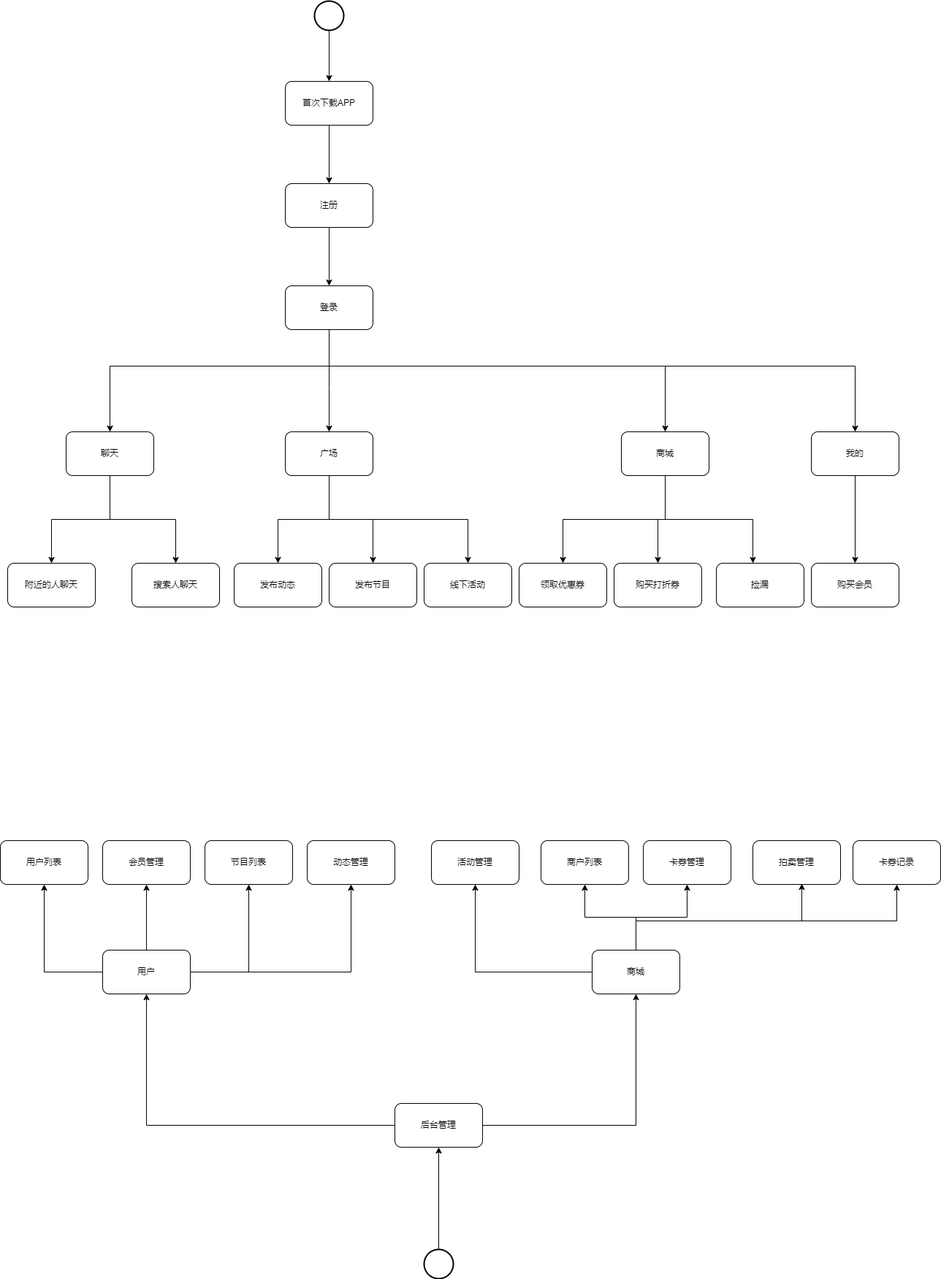
The draw.io diagram Untitled Diagram.drawio.png in suibianlx/business_architect, before a commit. Source tidied: cells renumbered, new cells last; positions are measured from the earlier drawing's top-left corner, leaving out a move shared by most shapes. The source it was exported from:
```xml
<mxGraphModel>
  <root>
    <mxCell id="0" />
    <mxCell id="1" parent="0" />
    <mxCell id="2" style="edgeStyle=orthogonalEdgeStyle;rounded=0;jettySize=auto;html=1;" parent="1" edge="1" source="3" target="5">
      <mxGeometry relative="1" as="geometry" />
    </mxCell>
    <mxCell id="3" style="strokeWidth=2;html=1;shape=mxgraph.flowchart.start_2;whiteSpace=wrap;" parent="1" vertex="1">
      <mxGeometry x="430" width="40" height="40" as="geometry" />
    </mxCell>
    <mxCell id="4" style="edgeStyle=orthogonalEdgeStyle;rounded=0;jettySize=auto;html=1;" parent="1" edge="1" source="5" target="7">
      <mxGeometry relative="1" as="geometry" />
    </mxCell>
    <mxCell id="5" value="首次下载APP" style="rounded=1;whiteSpace=wrap;html=1;" parent="1" vertex="1">
      <mxGeometry x="390" y="110" width="120" height="60" as="geometry" />
    </mxCell>
    <mxCell id="6" style="edgeStyle=orthogonalEdgeStyle;rounded=0;jettySize=auto;html=1;" parent="1" edge="1" source="7" target="12">
      <mxGeometry relative="1" as="geometry" />
    </mxCell>
    <mxCell id="7" value="注册" style="rounded=1;whiteSpace=wrap;html=1;" parent="1" vertex="1">
      <mxGeometry x="390" y="250" width="120" height="60" as="geometry" />
    </mxCell>
    <mxCell id="8" style="edgeStyle=orthogonalEdgeStyle;rounded=0;jettySize=auto;html=1;" parent="1" edge="1" source="12" target="18">
      <mxGeometry relative="1" as="geometry">
        <Array as="points">
          <mxPoint x="450" y="530" />
          <mxPoint x="450" y="530" />
        </Array>
      </mxGeometry>
    </mxCell>
    <mxCell id="9" style="edgeStyle=orthogonalEdgeStyle;rounded=0;jettySize=auto;html=1;" parent="1" edge="1" source="12" target="22">
      <mxGeometry relative="1" as="geometry">
        <Array as="points">
          <mxPoint x="450" y="500" />
          <mxPoint x="910" y="500" />
        </Array>
      </mxGeometry>
    </mxCell>
    <mxCell id="10" style="edgeStyle=orthogonalEdgeStyle;rounded=0;jettySize=auto;html=1;" parent="1" edge="1" source="12" target="27">
      <mxGeometry relative="1" as="geometry">
        <Array as="points">
          <mxPoint x="450" y="500" />
          <mxPoint x="150" y="500" />
        </Array>
      </mxGeometry>
    </mxCell>
    <mxCell id="11" style="edgeStyle=orthogonalEdgeStyle;rounded=0;jettySize=auto;html=1;entryX=0.5;entryY=0;entryDx=0;entryDy=0;" parent="1" edge="1" source="12" target="32">
      <mxGeometry relative="1" as="geometry">
        <Array as="points">
          <mxPoint x="450" y="500" />
          <mxPoint x="1170" y="500" />
        </Array>
      </mxGeometry>
    </mxCell>
    <mxCell id="12" value="登录" style="whiteSpace=wrap;html=1;rounded=1;" parent="1" vertex="1">
      <mxGeometry x="390" y="390" width="120" height="60" as="geometry" />
    </mxCell>
    <mxCell id="13" value="附近的人聊天" style="whiteSpace=wrap;html=1;rounded=1;" parent="1" vertex="1">
      <mxGeometry x="10" y="770" width="120" height="60" as="geometry" />
    </mxCell>
    <mxCell id="14" value="搜索人聊天" style="whiteSpace=wrap;html=1;rounded=1;" parent="1" vertex="1">
      <mxGeometry x="180" y="770" width="120" height="60" as="geometry" />
    </mxCell>
    <mxCell id="15" style="edgeStyle=orthogonalEdgeStyle;rounded=0;jettySize=auto;html=1;" parent="1" edge="1" source="18" target="28">
      <mxGeometry relative="1" as="geometry" />
    </mxCell>
    <mxCell id="16" style="edgeStyle=orthogonalEdgeStyle;rounded=0;jettySize=auto;html=1;entryX=0.5;entryY=0;entryDx=0;entryDy=0;" parent="1" edge="1" source="18" target="29">
      <mxGeometry relative="1" as="geometry" />
    </mxCell>
    <mxCell id="17" style="edgeStyle=orthogonalEdgeStyle;rounded=0;jettySize=auto;html=1;entryX=0.5;entryY=0;entryDx=0;entryDy=0;" parent="1" edge="1" source="18" target="56">
      <mxGeometry relative="1" as="geometry">
        <Array as="points">
          <mxPoint x="450" y="710" />
          <mxPoint x="640" y="710" />
        </Array>
      </mxGeometry>
    </mxCell>
    <mxCell id="18" value="广场" style="rounded=1;whiteSpace=wrap;html=1;" parent="1" vertex="1">
      <mxGeometry x="390" y="590" width="120" height="60" as="geometry" />
    </mxCell>
    <mxCell id="19" style="edgeStyle=orthogonalEdgeStyle;rounded=0;jettySize=auto;html=1;" parent="1" edge="1" source="22" target="30">
      <mxGeometry relative="1" as="geometry">
        <Array as="points">
          <mxPoint x="910" y="710" />
          <mxPoint x="1030" y="710" />
        </Array>
      </mxGeometry>
    </mxCell>
    <mxCell id="20" style="edgeStyle=orthogonalEdgeStyle;rounded=0;jettySize=auto;html=1;" parent="1" edge="1" source="22" target="24">
      <mxGeometry relative="1" as="geometry" />
    </mxCell>
    <mxCell id="21" style="edgeStyle=orthogonalEdgeStyle;rounded=0;jettySize=auto;html=1;" parent="1" edge="1" source="22" target="23">
      <mxGeometry relative="1" as="geometry">
        <Array as="points">
          <mxPoint x="910" y="710" />
          <mxPoint x="770" y="710" />
        </Array>
      </mxGeometry>
    </mxCell>
    <mxCell id="22" value="商城" style="rounded=1;whiteSpace=wrap;html=1;" parent="1" vertex="1">
      <mxGeometry x="850" y="590" width="120" height="60" as="geometry" />
    </mxCell>
    <mxCell id="23" value="领取优惠券" style="rounded=1;whiteSpace=wrap;html=1;" parent="1" vertex="1">
      <mxGeometry x="710" y="770" width="120" height="60" as="geometry" />
    </mxCell>
    <mxCell id="24" value="购买打折券" style="rounded=1;whiteSpace=wrap;html=1;" parent="1" vertex="1">
      <mxGeometry x="840" y="770" width="120" height="60" as="geometry" />
    </mxCell>
    <mxCell id="25" style="edgeStyle=orthogonalEdgeStyle;rounded=0;jettySize=auto;html=1;entryX=0.5;entryY=0;entryDx=0;entryDy=0;" parent="1" edge="1" source="27" target="13">
      <mxGeometry relative="1" as="geometry" />
    </mxCell>
    <mxCell id="26" style="edgeStyle=orthogonalEdgeStyle;rounded=0;jettySize=auto;html=1;entryX=0.5;entryY=0;entryDx=0;entryDy=0;" parent="1" edge="1" source="27" target="14">
      <mxGeometry relative="1" as="geometry" />
    </mxCell>
    <mxCell id="27" value="聊天" style="rounded=1;whiteSpace=wrap;html=1;" parent="1" vertex="1">
      <mxGeometry x="90" y="590" width="120" height="60" as="geometry" />
    </mxCell>
    <mxCell id="28" value="发布动态" style="rounded=1;whiteSpace=wrap;html=1;" parent="1" vertex="1">
      <mxGeometry x="320" y="770" width="120" height="60" as="geometry" />
    </mxCell>
    <mxCell id="29" value="发布节目" style="rounded=1;whiteSpace=wrap;html=1;" parent="1" vertex="1">
      <mxGeometry x="450" y="770" width="120" height="60" as="geometry" />
    </mxCell>
    <mxCell id="30" value="捡漏" style="rounded=1;whiteSpace=wrap;html=1;" parent="1" vertex="1">
      <mxGeometry x="980" y="770" width="120" height="60" as="geometry" />
    </mxCell>
    <mxCell id="31" style="edgeStyle=orthogonalEdgeStyle;rounded=0;jettySize=auto;html=1;" parent="1" edge="1" source="32" target="33">
      <mxGeometry relative="1" as="geometry" />
    </mxCell>
    <mxCell id="32" value="我的" style="rounded=1;whiteSpace=wrap;html=1;" parent="1" vertex="1">
      <mxGeometry x="1110" y="590" width="120" height="60" as="geometry" />
    </mxCell>
    <mxCell id="33" value="购买会员" style="rounded=1;whiteSpace=wrap;html=1;" parent="1" vertex="1">
      <mxGeometry x="1110" y="770" width="120" height="60" as="geometry" />
    </mxCell>
    <mxCell id="34" style="edgeStyle=orthogonalEdgeStyle;rounded=0;jettySize=auto;html=1;entryX=0.5;entryY=1;entryDx=0;entryDy=0;" parent="1" edge="1" source="35" target="59">
      <mxGeometry relative="1" as="geometry" />
    </mxCell>
    <mxCell id="35" style="strokeWidth=2;html=1;shape=mxgraph.flowchart.start_2;whiteSpace=wrap;" parent="1" vertex="1">
      <mxGeometry x="580" y="1710" width="40" height="40" as="geometry" />
    </mxCell>
    <mxCell id="36" value="用户列表" style="rounded=1;whiteSpace=wrap;html=1;" parent="1" vertex="1">
      <mxGeometry y="1150" width="120" height="60" as="geometry" />
    </mxCell>
    <mxCell id="37" style="edgeStyle=orthogonalEdgeStyle;rounded=0;jettySize=auto;html=1;entryX=0.5;entryY=1;entryDx=0;entryDy=0;" parent="1" edge="1" source="41" target="36">
      <mxGeometry relative="1" as="geometry" />
    </mxCell>
    <mxCell id="38" style="edgeStyle=orthogonalEdgeStyle;rounded=0;jettySize=auto;html=1;entryX=0.5;entryY=1;entryDx=0;entryDy=0;" parent="1" edge="1" source="41" target="42">
      <mxGeometry relative="1" as="geometry" />
    </mxCell>
    <mxCell id="39" style="edgeStyle=orthogonalEdgeStyle;rounded=0;jettySize=auto;html=1;entryX=0.5;entryY=1;entryDx=0;entryDy=0;" parent="1" edge="1" source="41" target="43">
      <mxGeometry relative="1" as="geometry" />
    </mxCell>
    <mxCell id="40" style="edgeStyle=orthogonalEdgeStyle;rounded=0;jettySize=auto;html=1;entryX=0.5;entryY=1;entryDx=0;entryDy=0;" parent="1" edge="1" source="41" target="44">
      <mxGeometry relative="1" as="geometry" />
    </mxCell>
    <mxCell id="41" value="用户" style="rounded=1;whiteSpace=wrap;html=1;" parent="1" vertex="1">
      <mxGeometry x="140" y="1300" width="120" height="60" as="geometry" />
    </mxCell>
    <mxCell id="42" value="会员管理" style="rounded=1;whiteSpace=wrap;html=1;" parent="1" vertex="1">
      <mxGeometry x="140" y="1150" width="120" height="60" as="geometry" />
    </mxCell>
    <mxCell id="43" value="节目列表" style="rounded=1;whiteSpace=wrap;html=1;" parent="1" vertex="1">
      <mxGeometry x="280" y="1150" width="120" height="60" as="geometry" />
    </mxCell>
    <mxCell id="44" value="动态管理" style="rounded=1;whiteSpace=wrap;html=1;" parent="1" vertex="1">
      <mxGeometry x="420" y="1150" width="120" height="60" as="geometry" />
    </mxCell>
    <mxCell id="45" style="edgeStyle=orthogonalEdgeStyle;rounded=0;jettySize=auto;html=1;entryX=0.5;entryY=1;entryDx=0;entryDy=0;" parent="1" edge="1" source="50" target="55">
      <mxGeometry relative="1" as="geometry" />
    </mxCell>
    <mxCell id="46" style="edgeStyle=orthogonalEdgeStyle;rounded=0;jettySize=auto;html=1;entryX=0.5;entryY=1;entryDx=0;entryDy=0;" parent="1" edge="1" source="50" target="51">
      <mxGeometry relative="1" as="geometry" />
    </mxCell>
    <mxCell id="47" style="edgeStyle=orthogonalEdgeStyle;rounded=0;jettySize=auto;html=1;entryX=0.5;entryY=1;entryDx=0;entryDy=0;" parent="1" edge="1" source="50" target="52">
      <mxGeometry relative="1" as="geometry" />
    </mxCell>
    <mxCell id="48" style="edgeStyle=orthogonalEdgeStyle;rounded=0;jettySize=auto;html=1;entryX=0.558;entryY=0.983;entryDx=0;entryDy=0;entryPerimeter=0;" parent="1" edge="1" source="50" target="53">
      <mxGeometry relative="1" as="geometry">
        <Array as="points">
          <mxPoint x="870" y="1260" />
          <mxPoint x="1097" y="1260" />
        </Array>
      </mxGeometry>
    </mxCell>
    <mxCell id="49" style="edgeStyle=orthogonalEdgeStyle;rounded=0;jettySize=auto;html=1;entryX=0.5;entryY=1;entryDx=0;entryDy=0;" parent="1" edge="1" source="50" target="54">
      <mxGeometry relative="1" as="geometry">
        <Array as="points">
          <mxPoint x="870" y="1260" />
          <mxPoint x="1227" y="1260" />
        </Array>
      </mxGeometry>
    </mxCell>
    <mxCell id="50" value="商城" style="rounded=1;whiteSpace=wrap;html=1;" parent="1" vertex="1">
      <mxGeometry x="810" y="1300" width="120" height="60" as="geometry" />
    </mxCell>
    <mxCell id="51" value="商户列表" style="rounded=1;whiteSpace=wrap;html=1;" parent="1" vertex="1">
      <mxGeometry x="740" y="1150" width="120" height="60" as="geometry" />
    </mxCell>
    <mxCell id="52" value="卡券管理" style="rounded=1;whiteSpace=wrap;html=1;" parent="1" vertex="1">
      <mxGeometry x="880" y="1150" width="120" height="60" as="geometry" />
    </mxCell>
    <mxCell id="53" value="拍卖管理" style="rounded=1;whiteSpace=wrap;html=1;" parent="1" vertex="1">
      <mxGeometry x="1030" y="1150" width="120" height="60" as="geometry" />
    </mxCell>
    <mxCell id="54" value="卡券记录" style="rounded=1;whiteSpace=wrap;html=1;" parent="1" vertex="1">
      <mxGeometry x="1167" y="1150" width="120" height="60" as="geometry" />
    </mxCell>
    <mxCell id="55" value="活动管理" style="rounded=1;whiteSpace=wrap;html=1;" parent="1" vertex="1">
      <mxGeometry x="590" y="1150" width="120" height="60" as="geometry" />
    </mxCell>
    <mxCell id="56" value="线下活动" style="rounded=1;whiteSpace=wrap;html=1;" parent="1" vertex="1">
      <mxGeometry x="580" y="770" width="120" height="60" as="geometry" />
    </mxCell>
    <mxCell id="57" style="edgeStyle=orthogonalEdgeStyle;rounded=0;jettySize=auto;html=1;entryX=0.5;entryY=1;entryDx=0;entryDy=0;" parent="1" edge="1" source="59" target="41">
      <mxGeometry relative="1" as="geometry" />
    </mxCell>
    <mxCell id="58" style="edgeStyle=orthogonalEdgeStyle;rounded=0;jettySize=auto;html=1;" parent="1" edge="1" source="59" target="50">
      <mxGeometry relative="1" as="geometry" />
    </mxCell>
    <mxCell id="59" value="后台管理" style="rounded=1;whiteSpace=wrap;html=1;" parent="1" vertex="1">
      <mxGeometry x="540" y="1510" width="120" height="60" as="geometry" />
    </mxCell>
  </root>
</mxGraphModel>
```
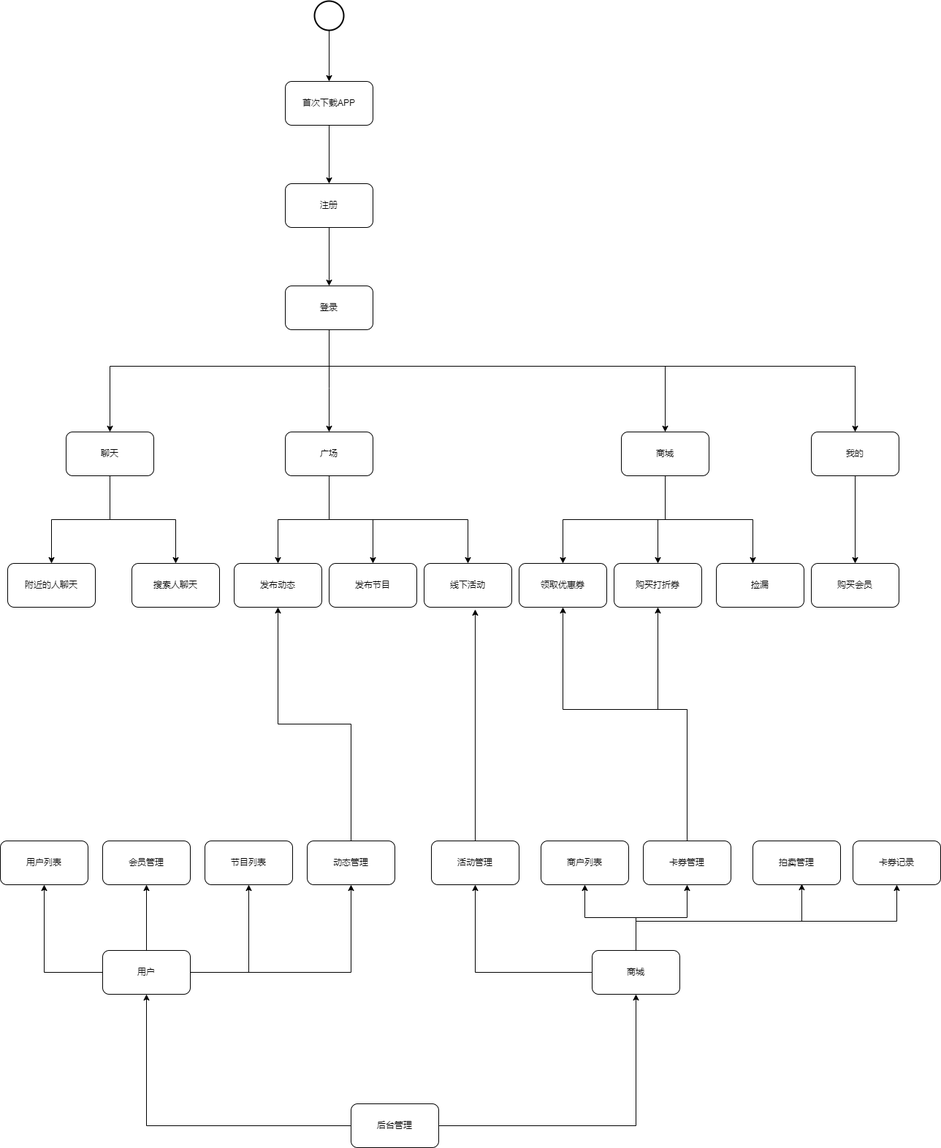
The same diagram one commit later.

The edit, as a diff of the source:
```diff
@@ -133,12 +133,6 @@
     <mxCell id="33" value="购买会员" style="rounded=1;whiteSpace=wrap;html=1;" parent="1" vertex="1">
       <mxGeometry x="1110" y="770" width="120" height="60" as="geometry" />
     </mxCell>
-    <mxCell id="34" style="edgeStyle=orthogonalEdgeStyle;rounded=0;jettySize=auto;html=1;entryX=0.5;entryY=1;entryDx=0;entryDy=0;" parent="1" edge="1" source="35" target="59">
-      <mxGeometry relative="1" as="geometry" />
-    </mxCell>
-    <mxCell id="35" style="strokeWidth=2;html=1;shape=mxgraph.flowchart.start_2;whiteSpace=wrap;" parent="1" vertex="1">
-      <mxGeometry x="580" y="1710" width="40" height="40" as="geometry" />
-    </mxCell>
     <mxCell id="36" value="用户列表" style="rounded=1;whiteSpace=wrap;html=1;" parent="1" vertex="1">
       <mxGeometry y="1150" width="120" height="60" as="geometry" />
     </mxCell>
@@ -163,6 +157,9 @@
     <mxCell id="43" value="节目列表" style="rounded=1;whiteSpace=wrap;html=1;" parent="1" vertex="1">
       <mxGeometry x="280" y="1150" width="120" height="60" as="geometry" />
     </mxCell>
+    <mxCell id="60" style="edgeStyle=orthogonalEdgeStyle;rounded=0;jettySize=auto;html=1;" parent="1" edge="1" source="44" target="28">
+      <mxGeometry relative="1" as="geometry" />
+    </mxCell>
     <mxCell id="44" value="动态管理" style="rounded=1;whiteSpace=wrap;html=1;" parent="1" vertex="1">
       <mxGeometry x="420" y="1150" width="120" height="60" as="geometry" />
     </mxCell>
@@ -197,6 +194,22 @@
     <mxCell id="51" value="商户列表" style="rounded=1;whiteSpace=wrap;html=1;" parent="1" vertex="1">
       <mxGeometry x="740" y="1150" width="120" height="60" as="geometry" />
     </mxCell>
+    <mxCell id="61" style="edgeStyle=orthogonalEdgeStyle;rounded=0;jettySize=auto;html=1;entryX=0.5;entryY=1;entryDx=0;entryDy=0;" parent="1" edge="1" source="52" target="23">
+      <mxGeometry relative="1" as="geometry">
+        <Array as="points">
+          <mxPoint x="940" y="970" />
+          <mxPoint x="770" y="970" />
+        </Array>
+      </mxGeometry>
+    </mxCell>
+    <mxCell id="62" style="edgeStyle=orthogonalEdgeStyle;rounded=0;jettySize=auto;html=1;entryX=0.5;entryY=1;entryDx=0;entryDy=0;" parent="1" edge="1" source="52" target="24">
+      <mxGeometry relative="1" as="geometry">
+        <Array as="points">
+          <mxPoint x="940" y="970" />
+          <mxPoint x="900" y="970" />
+        </Array>
+      </mxGeometry>
+    </mxCell>
     <mxCell id="52" value="卡券管理" style="rounded=1;whiteSpace=wrap;html=1;" parent="1" vertex="1">
       <mxGeometry x="880" y="1150" width="120" height="60" as="geometry" />
     </mxCell>
@@ -206,6 +219,9 @@
     <mxCell id="54" value="卡券记录" style="rounded=1;whiteSpace=wrap;html=1;" parent="1" vertex="1">
       <mxGeometry x="1167" y="1150" width="120" height="60" as="geometry" />
     </mxCell>
+    <mxCell id="63" style="edgeStyle=orthogonalEdgeStyle;rounded=0;jettySize=auto;html=1;entryX=0.583;entryY=1.05;entryDx=0;entryDy=0;entryPerimeter=0;" parent="1" edge="1" source="55" target="56">
+      <mxGeometry relative="1" as="geometry" />
+    </mxCell>
     <mxCell id="55" value="活动管理" style="rounded=1;whiteSpace=wrap;html=1;" parent="1" vertex="1">
       <mxGeometry x="590" y="1150" width="120" height="60" as="geometry" />
     </mxCell>
@@ -219,7 +235,7 @@
       <mxGeometry relative="1" as="geometry" />
     </mxCell>
     <mxCell id="59" value="后台管理" style="rounded=1;whiteSpace=wrap;html=1;" parent="1" vertex="1">
-      <mxGeometry x="540" y="1510" width="120" height="60" as="geometry" />
+      <mxGeometry x="480" y="1510" width="120" height="60" as="geometry" />
     </mxCell>
   </root>
 </mxGraphModel>
```
